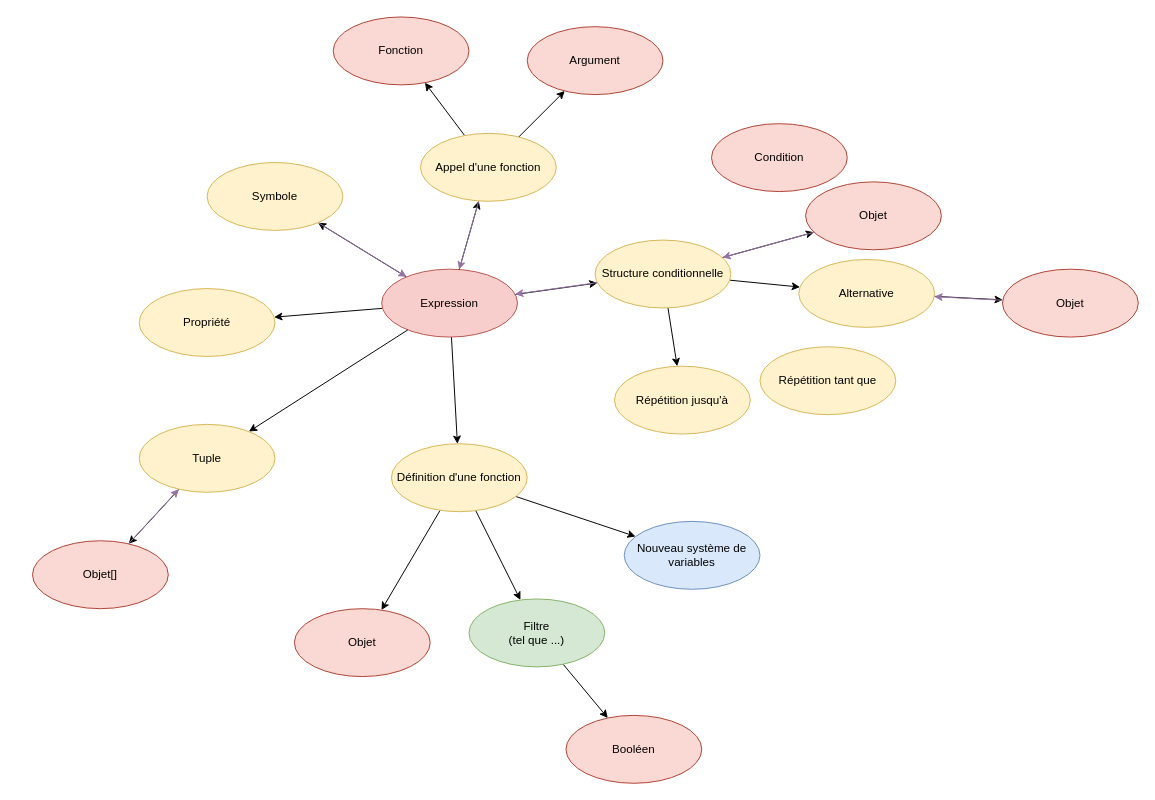
Before: page "Formal Language" (2 of 5) of UML/Formal Language.drawio in Oscardoras/Ouverium, a draw.io diagram. Source tidied: cells renumbered, new cells numbered last; positions are measured from the earlier drawing's top-left corner, leaving out a move shared by most shapes. Both pictures are drawn from the tidied source at 97%, with x=0, y=0 at pixel (32, 16).
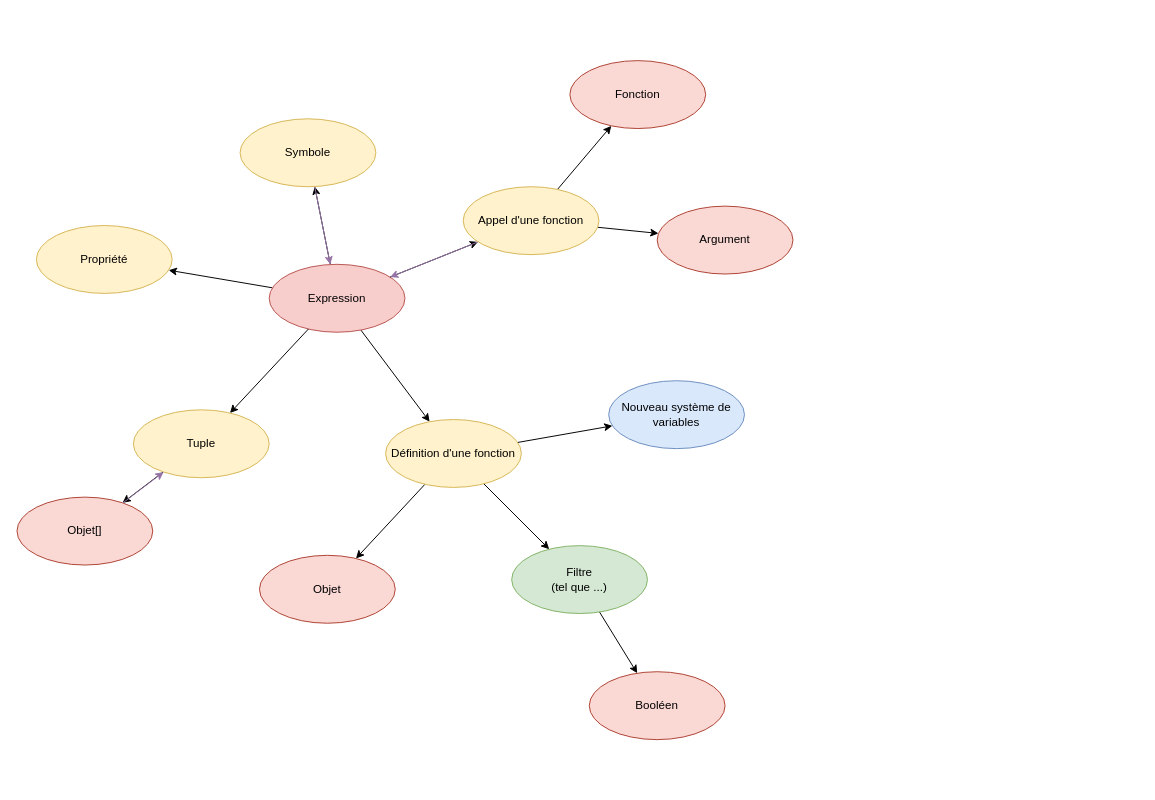
Above is the later version.

Diff of the diagram source:
```diff
@@
-    <mxCell id="3" style="edgeStyle=none;rounded=0;jettySize=auto;html=1;fontColor=#000000;" parent="1" edge="1" source="6" target="16">
-      <mxGeometry relative="1" as="geometry" />
-    </mxCell>
@@
     <mxCell id="6" value="Expression" style="ellipse;whiteSpace=wrap;html=1;fillColor=#f8cecc;strokeColor=#b85450;fontColor=#000000;" parent="1" vertex="1">
-      <mxGeometry x="360" y="260" width="140" height="70" as="geometry" />
+      <mxGeometry x="244" y="255" width="140" height="70" as="geometry" />
     </mxCell>
-    <mxCell id="7" style="edgeStyle=none;rounded=0;jettySize=auto;html=1;fontColor=#000000;" parent="1" edge="1" source="16" target="10">
-      <mxGeometry relative="1" as="geometry" />
-    </mxCell>
-    <mxCell id="8" style="edgeStyle=none;rounded=0;jettySize=auto;html=1;strokeWidth=1;fillColor=#e1d5e7;fontColor=#000000;strokeColor=#FFFFFF;" parent="1" edge="1" source="16" target="11">
-      <mxGeometry relative="1" as="geometry" />
-    </mxCell>
-    <mxCell id="9" style="rounded=0;jettySize=auto;html=1;fontColor=#000000;" parent="1" edge="1" source="10" target="33">
-      <mxGeometry relative="1" as="geometry" />
-    </mxCell>
-    <mxCell id="10" value="Alternative" style="ellipse;whiteSpace=wrap;html=1;fillColor=#fff2cc;strokeColor=#d6b656;fontColor=#000000;" parent="1" vertex="1">
-      <mxGeometry x="790" y="250" width="140" height="70" as="geometry" />
-    </mxCell>
-    <mxCell id="11" value="Condition" style="ellipse;whiteSpace=wrap;html=1;fillColor=#fad9d5;strokeColor=#ae4132;fontColor=#000000;" parent="1" vertex="1">
-      <mxGeometry x="700" y="110" width="140" height="70" as="geometry" />
-    </mxCell>
-    <mxCell id="12" style="edgeStyle=none;rounded=0;jettySize=auto;html=1;fillColor=#ffe6cc;strokeWidth=1;fontColor=#000000;strokeColor=#FFFFFF;" parent="1" edge="1" source="16" target="17">
-      <mxGeometry relative="1" as="geometry" />
-    </mxCell>
-    <mxCell id="13" style="edgeStyle=none;rounded=0;jettySize=auto;html=1;fontColor=#000000;" parent="1" edge="1" source="16" target="35">
-      <mxGeometry relative="1" as="geometry" />
-    </mxCell>
-    <mxCell id="14" style="edgeStyle=none;rounded=0;jettySize=auto;html=1;strokeWidth=1;fillColor=#e1d5e7;strokeColor=#9673a6;fontColor=#000000;" parent="1" edge="1" source="16" target="6">
-      <mxGeometry relative="1" as="geometry" />
-    </mxCell>
-    <mxCell id="15" style="rounded=0;jettySize=auto;html=1;" parent="1" edge="1" source="16" target="47">
-      <mxGeometry relative="1" as="geometry" />
-    </mxCell>
-    <mxCell id="16" value="Structure conditionnelle" style="ellipse;whiteSpace=wrap;html=1;fillColor=#fff2cc;strokeColor=#d6b656;fontColor=#000000;" parent="1" vertex="1">
-      <mxGeometry x="580" y="230" width="140" height="70" as="geometry" />
-    </mxCell>
-    <mxCell id="17" value="Répétition tant que" style="ellipse;whiteSpace=wrap;html=1;fillColor=#fff2cc;strokeColor=#d6b656;fontColor=#000000;" parent="1" vertex="1">
-      <mxGeometry x="750" y="340" width="140" height="70" as="geometry" />
-    </mxCell>
@@
     <mxCell id="21" value="Définition d'une fonction" style="ellipse;whiteSpace=wrap;html=1;fillColor=#fff2cc;strokeColor=#d6b656;fontColor=#000000;" parent="1" vertex="1">
-      <mxGeometry x="370" y="440" width="140" height="70" as="geometry" />
+      <mxGeometry x="364" y="415" width="140" height="70" as="geometry" />
     </mxCell>
@@
     <mxCell id="24" value="Objet" style="ellipse;whiteSpace=wrap;html=1;fillColor=#fad9d5;strokeColor=#ae4132;fontColor=#000000;" parent="1" vertex="1">
-      <mxGeometry x="270" y="610" width="140" height="70" as="geometry" />
+      <mxGeometry x="234" y="555" width="140" height="70" as="geometry" />
     </mxCell>
     <mxCell id="25" value="Booléen" style="ellipse;whiteSpace=wrap;html=1;fillColor=#fad9d5;strokeColor=#ae4132;fontColor=#000000;" parent="1" vertex="1">
-      <mxGeometry x="550" y="720" width="140" height="70" as="geometry" />
+      <mxGeometry x="574" y="675" width="140" height="70" as="geometry" />
     </mxCell>
@@
     <mxCell id="29" value="Appel d'une fonction" style="ellipse;whiteSpace=wrap;html=1;fillColor=#fff2cc;strokeColor=#d6b656;fontColor=#000000;" parent="1" vertex="1">
-      <mxGeometry x="400" y="120" width="140" height="70" as="geometry" />
+      <mxGeometry x="444" y="175" width="140" height="70" as="geometry" />
     </mxCell>
     <mxCell id="30" value="Fonction" style="ellipse;whiteSpace=wrap;html=1;fillColor=#fad9d5;strokeColor=#ae4132;fontColor=#000000;" parent="1" vertex="1">
-      <mxGeometry x="310" width="140" height="70" as="geometry" />
+      <mxGeometry x="554" y="45" width="140" height="70" as="geometry" />
     </mxCell>
     <mxCell id="31" value="Argument" style="ellipse;whiteSpace=wrap;html=1;fillColor=#fad9d5;strokeColor=#ae4132;fontColor=#000000;" parent="1" vertex="1">
-      <mxGeometry x="510" y="10" width="140" height="70" as="geometry" />
+      <mxGeometry x="644" y="195" width="140" height="70" as="geometry" />
     </mxCell>
-    <mxCell id="32" style="edgeStyle=none;rounded=0;jettySize=auto;html=1;strokeWidth=1;fillColor=#e1d5e7;strokeColor=#9673a6;fontColor=#000000;" parent="1" edge="1" source="33" target="10">
-      <mxGeometry relative="1" as="geometry" />
-    </mxCell>
-    <mxCell id="33" value="Objet" style="ellipse;whiteSpace=wrap;html=1;fillColor=#fad9d5;strokeColor=#ae4132;fontColor=#000000;" parent="1" vertex="1">
-      <mxGeometry x="1000" y="260" width="140" height="70" as="geometry" />
-    </mxCell>
-    <mxCell id="34" style="edgeStyle=none;rounded=0;jettySize=auto;html=1;strokeWidth=1;fillColor=#e1d5e7;strokeColor=#9673a6;fontColor=#000000;" parent="1" edge="1" source="35" target="16">
-      <mxGeometry relative="1" as="geometry" />
-    </mxCell>
-    <mxCell id="35" value="Objet" style="ellipse;whiteSpace=wrap;html=1;fillColor=#fad9d5;strokeColor=#ae4132;fontColor=#000000;" parent="1" vertex="1">
-      <mxGeometry x="797" y="170" width="140" height="70" as="geometry" />
-    </mxCell>
@@
     <mxCell id="37" value="Symbole" style="ellipse;whiteSpace=wrap;html=1;fillColor=#fff2cc;strokeColor=#d6b656;fontColor=#000000;" parent="1" vertex="1">
-      <mxGeometry x="180" y="150" width="140" height="70" as="geometry" />
+      <mxGeometry x="214" y="105" width="140" height="70" as="geometry" />
     </mxCell>
@@
     <mxCell id="39" value="Tuple" style="ellipse;whiteSpace=wrap;html=1;fillColor=#fff2cc;strokeColor=#d6b656;fontColor=#000000;" parent="1" vertex="1">
-      <mxGeometry x="110" y="420" width="140" height="70" as="geometry" />
+      <mxGeometry x="104" y="405" width="140" height="70" as="geometry" />
     </mxCell>
     <mxCell id="40" value="Objet[]" style="ellipse;whiteSpace=wrap;html=1;fillColor=#fad9d5;strokeColor=#ae4132;fontColor=#000000;" parent="1" vertex="1">
-      <mxGeometry y="540" width="140" height="70" as="geometry" />
+      <mxGeometry x="-16" y="495" width="140" height="70" as="geometry" />
     </mxCell>
     <mxCell id="41" value="Nouveau système de variables" style="ellipse;whiteSpace=wrap;html=1;fillColor=#dae8fc;strokeColor=#6c8ebf;fontColor=#000000;" parent="1" vertex="1">
-      <mxGeometry x="610" y="520" width="140" height="70" as="geometry" />
+      <mxGeometry x="594" y="375" width="140" height="70" as="geometry" />
     </mxCell>
@@
     <mxCell id="43" value="Filtre&lt;br&gt;(tel que ...)" style="ellipse;whiteSpace=wrap;html=1;fillColor=#d5e8d4;strokeColor=#82b366;fontColor=#000000;" parent="1" vertex="1">
-      <mxGeometry x="450" y="600" width="140" height="70" as="geometry" />
+      <mxGeometry x="494" y="545" width="140" height="70" as="geometry" />
     </mxCell>
@@
-    <mxCell id="47" value="Répétition jusqu'à" style="ellipse;whiteSpace=wrap;html=1;fillColor=#fff2cc;strokeColor=#d6b656;fontColor=#000000;" parent="1" vertex="1">
-      <mxGeometry x="600" y="360" width="140" height="70" as="geometry" />
-    </mxCell>
     <mxCell id="48" value="Propriété" style="ellipse;whiteSpace=wrap;html=1;fillColor=#fff2cc;strokeColor=#d6b656;fontColor=#000000;" parent="1" vertex="1">
-      <mxGeometry x="110" y="280" width="140" height="70" as="geometry" />
+      <mxGeometry x="4" y="215" width="140" height="70" as="geometry" />
     </mxCell>
```
